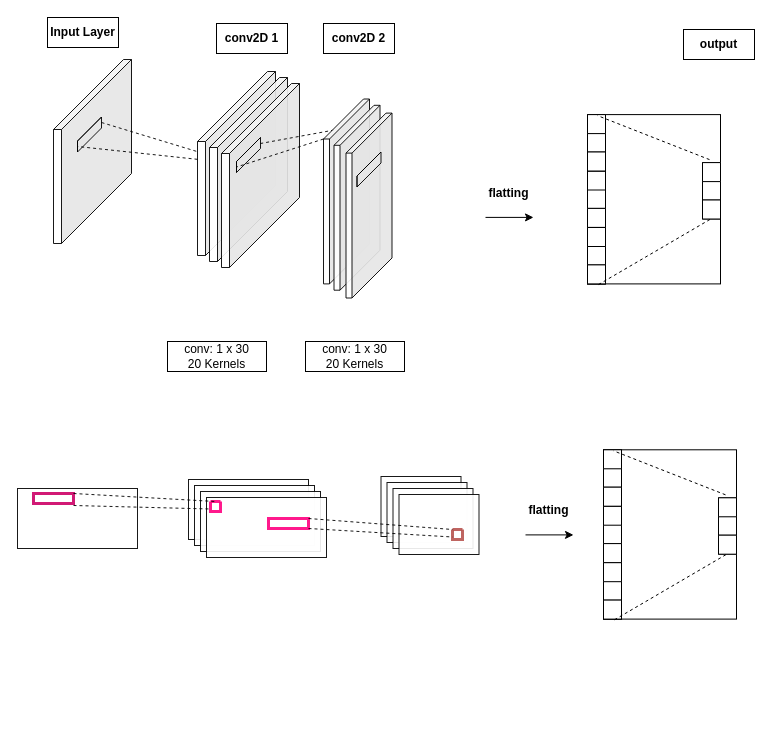
mohmk/Neural-Network-Architecture-Diagrams keeps this draw.io diagram as vgg16_xml.drawio. Above is the earlier version. Source tidied: cells renumbered, new cells numbered last; positions are measured from the earlier drawing's top-left corner, leaving out a move shared by most shapes. Both pictures are drawn from the tidied source at 100%, with x=0, y=0 at pixel (17, 17).
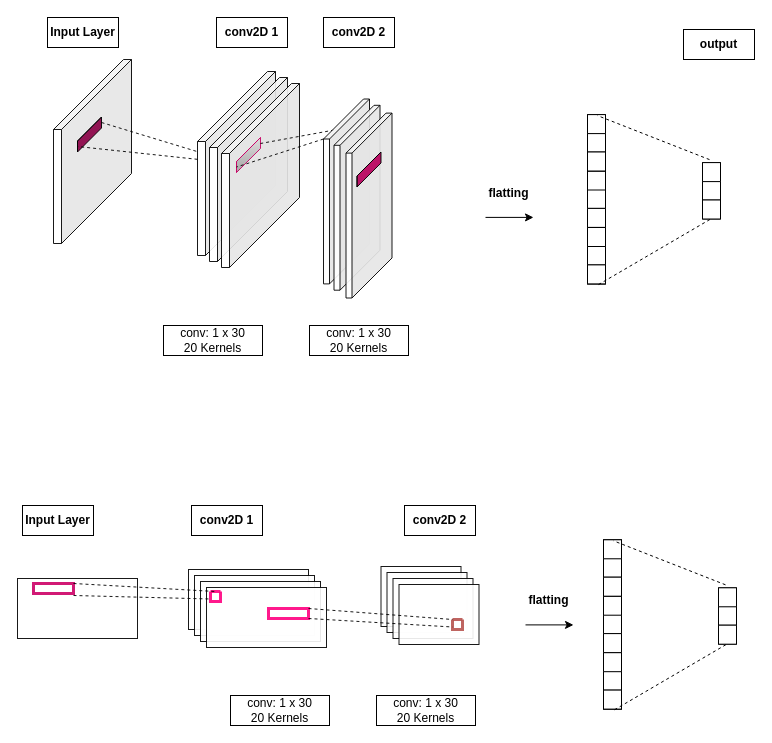
The same diagram, later.

What changed in the source:
```diff
@@
     <mxCell id="2" value="&lt;b&gt;conv2D 1&lt;br&gt;&lt;/b&gt;" style="text;html=1;align=center;verticalAlign=middle;whiteSpace=wrap;rounded=0;strokeColor=#000000;" parent="1" vertex="1">
-      <mxGeometry x="199" y="6" width="71" height="30" as="geometry" />
+      <mxGeometry x="199" width="71" height="30" as="geometry" />
     </mxCell>
     <mxCell id="3" value="&lt;div&gt;conv: 1 x 30&lt;/div&gt;&lt;div&gt;20 Kernels&lt;br&gt;&lt;/div&gt;" style="text;html=1;align=center;verticalAlign=middle;whiteSpace=wrap;rounded=0;strokeColor=#000000;" parent="1" vertex="1">
-      <mxGeometry x="150" y="324" width="99" height="30" as="geometry" />
+      <mxGeometry x="146" y="308" width="99" height="30" as="geometry" />
     </mxCell>
@@
-    <mxCell id="7" style="shape=cube;whiteSpace=wrap;html=1;boundedLbl=1;backgroundOutline=1;darkOpacity=0.05;darkOpacity2=0.1;size=70;direction=east;flipH=1;opacity=90;strokeColor=#000000;" parent="1" vertex="1">
+    <mxCell id="7" style="shape=cube;whiteSpace=wrap;html=1;boundedLbl=1;backgroundOutline=1;darkOpacity=0.05;darkOpacity2=0.1;size=70;direction=east;flipH=1;opacity=90;strokeColor=#CC0066;fillColor=#f5f5f5;gradientColor=#b3b3b3;" parent="1" vertex="1">
       <mxGeometry x="219" y="120" width="24" height="35" as="geometry" />
     </mxCell>
@@
-    <mxCell id="13" style="shape=cube;whiteSpace=wrap;html=1;boundedLbl=1;backgroundOutline=1;darkOpacity=0.05;darkOpacity2=0.1;size=70;direction=east;flipH=1;opacity=90;strokeColor=#000000;" parent="1" vertex="1">
+    <mxCell id="13" style="shape=cube;whiteSpace=wrap;html=1;boundedLbl=1;backgroundOutline=1;darkOpacity=0.05;darkOpacity2=0.1;size=70;direction=east;flipH=1;opacity=90;strokeColor=#000000;fillColor=#CC0066;" parent="1" vertex="1">
       <mxGeometry x="339.5" y="134.5" width="24" height="35" as="geometry" />
     </mxCell>
     <mxCell id="14" value="&lt;b&gt;conv2D 2&lt;br&gt;&lt;/b&gt;" style="text;html=1;align=center;verticalAlign=middle;whiteSpace=wrap;rounded=0;strokeColor=#000000;" parent="1" vertex="1">
-      <mxGeometry x="306" y="6" width="71" height="30" as="geometry" />
+      <mxGeometry x="306" width="71" height="30" as="geometry" />
     </mxCell>
     <mxCell id="15" value="&lt;div&gt;conv: 1 x 30&lt;/div&gt;&lt;div&gt;20 Kernels&lt;br&gt;&lt;/div&gt;" style="text;html=1;align=center;verticalAlign=middle;whiteSpace=wrap;rounded=0;strokeColor=#000000;" parent="1" vertex="1">
-      <mxGeometry x="288" y="324" width="99" height="30" as="geometry" />
+      <mxGeometry x="292" y="308" width="99" height="30" as="geometry" />
     </mxCell>
-    <mxCell id="16" style="group;strokeColor=#000000;" parent="1" vertex="1">
+    <mxCell id="16" style="group;strokeColor=none;" parent="1" vertex="1">
       <mxGeometry x="570" y="97.1" width="133" height="169.3" as="geometry" />
     </mxCell>
@@
-    <mxCell id="41" style="shape=cube;whiteSpace=wrap;html=1;boundedLbl=1;backgroundOutline=1;darkOpacity=0.05;darkOpacity2=0.1;size=70;direction=east;flipH=1;opacity=90;strokeColor=#000000;" parent="1" vertex="1">
+    <mxCell id="41" style="shape=cube;whiteSpace=wrap;html=1;boundedLbl=1;backgroundOutline=1;darkOpacity=0.05;darkOpacity2=0.1;size=70;direction=east;flipH=1;opacity=90;strokeColor=#000000;fillColor=#99004D;" parent="1" vertex="1">
       <mxGeometry x="60" y="99.5" width="24" height="35" as="geometry" />
     </mxCell>
@@
     <mxCell id="45" style="rounded=0;whiteSpace=wrap;html=1;strokeWidth=1;opacity=90;strokeColor=#000000;" parent="1" vertex="1">
-      <mxGeometry y="471" width="120" height="60" as="geometry" />
+      <mxGeometry y="561" width="120" height="60" as="geometry" />
     </mxCell>
     <mxCell id="46" style="rounded=0;whiteSpace=wrap;html=1;strokeWidth=1;opacity=90;strokeColor=#000000;" parent="1" vertex="1">
-      <mxGeometry x="171" y="462" width="120" height="60" as="geometry" />
+      <mxGeometry x="171" y="552" width="120" height="60" as="geometry" />
     </mxCell>
     <mxCell id="47" style="rounded=0;whiteSpace=wrap;html=1;strokeWidth=1;opacity=90;strokeColor=#000000;" parent="1" vertex="1">
-      <mxGeometry x="177" y="468" width="120" height="60" as="geometry" />
+      <mxGeometry x="177" y="558" width="120" height="60" as="geometry" />
     </mxCell>
     <mxCell id="48" style="rounded=0;whiteSpace=wrap;html=1;strokeWidth=1;opacity=90;strokeColor=#000000;" parent="1" vertex="1">
-      <mxGeometry x="183" y="474" width="120" height="60" as="geometry" />
+      <mxGeometry x="183" y="564" width="120" height="60" as="geometry" />
     </mxCell>
     <mxCell id="49" style="rounded=0;whiteSpace=wrap;html=1;strokeWidth=1;opacity=90;strokeColor=#000000;" parent="1" vertex="1">
-      <mxGeometry x="189" y="480" width="120" height="60" as="geometry" />
+      <mxGeometry x="189" y="570" width="120" height="60" as="geometry" />
     </mxCell>
     <mxCell id="50" style="rounded=0;whiteSpace=wrap;html=1;strokeWidth=1;opacity=90;strokeColor=#000000;" parent="1" vertex="1">
-      <mxGeometry x="363.5" y="459" width="80" height="60" as="geometry" />
+      <mxGeometry x="363.5" y="549" width="80" height="60" as="geometry" />
     </mxCell>
     <mxCell id="51" style="rounded=0;whiteSpace=wrap;html=1;strokeWidth=1;opacity=90;strokeColor=#000000;" parent="1" vertex="1">
-      <mxGeometry x="369.5" y="465" width="80" height="60" as="geometry" />
+      <mxGeometry x="369.5" y="555" width="80" height="60" as="geometry" />
     </mxCell>
     <mxCell id="52" style="rounded=0;whiteSpace=wrap;html=1;strokeWidth=1;opacity=90;strokeColor=#000000;" parent="1" vertex="1">
-      <mxGeometry x="375.5" y="471" width="80" height="60" as="geometry" />
+      <mxGeometry x="375.5" y="561" width="80" height="60" as="geometry" />
     </mxCell>
     <mxCell id="53" style="rounded=0;whiteSpace=wrap;html=1;strokeWidth=1;opacity=90;strokeColor=#000000;" parent="1" vertex="1">
-      <mxGeometry x="381.5" y="477" width="80" height="60" as="geometry" />
+      <mxGeometry x="381.5" y="567" width="80" height="60" as="geometry" />
     </mxCell>
     <mxCell id="54" style="rounded=0;whiteSpace=wrap;html=1;strokeWidth=3;opacity=90;strokeColor=#CC0066;" parent="1" vertex="1">
-      <mxGeometry x="16" y="476" width="40" height="10" as="geometry" />
+      <mxGeometry x="16" y="566" width="40" height="10" as="geometry" />
     </mxCell>
     <mxCell id="55" style="rounded=0;whiteSpace=wrap;html=1;strokeWidth=3;opacity=90;strokeColor=#FF0080;" parent="1" vertex="1">
-      <mxGeometry x="251" y="501" width="40" height="10" as="geometry" />
+      <mxGeometry x="251" y="591" width="40" height="10" as="geometry" />
     </mxCell>
     <mxCell id="56" style="swimlane;startSize=0;strokeWidth=3;opacity=90;strokeColor=#FF0080;" parent="1" vertex="1">
-      <mxGeometry x="193" y="484" width="10" height="10" as="geometry" />
+      <mxGeometry x="193" y="574" width="10" height="10" as="geometry" />
     </mxCell>
     <mxCell id="57" style="swimlane;startSize=0;strokeWidth=3;opacity=90;strokeColor=#b85450;fillColor=#f8cecc;gradientColor=#ea6b66;" parent="1" vertex="1">
-      <mxGeometry x="435" y="512" width="10" height="10" as="geometry" />
+      <mxGeometry x="435" y="602" width="10" height="10" as="geometry" />
     </mxCell>
@@
     <mxCell id="59" style="endArrow=none;dashed=1;html=1;rounded=0;opacity=90;jumpSize=1;entryX=0;entryY=0.75;entryDx=0;entryDy=0;strokeColor=#000000;" parent="1" edge="1" target="56">
       <mxGeometry relative="1" as="geometry">
-        <mxPoint x="56" y="488" as="sourcePoint" />
+        <mxPoint x="56" y="578" as="sourcePoint" />
       </mxGeometry>
     </mxCell>
@@
-    <mxCell id="62" style="group;strokeColor=#000000;" parent="1" vertex="1">
-      <mxGeometry x="586" y="432.3" width="133" height="169.3" as="geometry" />
+    <mxCell id="62" style="group;strokeColor=none;" parent="1" vertex="1">
+      <mxGeometry x="586" y="522.3" width="133" height="169.3" as="geometry" />
     </mxCell>
@@
     <mxCell id="82" style="group;strokeColor=none;" parent="1" vertex="1">
-      <mxGeometry x="496" y="478" width="71" height="39.4" as="geometry" />
+      <mxGeometry x="496" y="568" width="71" height="39.4" as="geometry" />
     </mxCell>
@@
+    <mxCell id="85" value="&lt;b&gt;conv2D 1&lt;br&gt;&lt;/b&gt;" style="text;html=1;align=center;verticalAlign=middle;whiteSpace=wrap;rounded=0;strokeColor=#000000;" parent="1" vertex="1">
+      <mxGeometry x="174" y="488" width="71" height="30" as="geometry" />
+    </mxCell>
+    <mxCell id="86" value="&lt;b&gt;conv2D 2&lt;br&gt;&lt;/b&gt;" style="text;html=1;align=center;verticalAlign=middle;whiteSpace=wrap;rounded=0;strokeColor=#000000;" parent="1" vertex="1">
+      <mxGeometry x="387" y="488" width="71" height="30" as="geometry" />
+    </mxCell>
+    <mxCell id="87" value="&lt;b&gt;Input Layer&lt;br&gt;&lt;/b&gt;" style="text;html=1;align=center;verticalAlign=middle;whiteSpace=wrap;rounded=0;strokeColor=#000000;" parent="1" vertex="1">
+      <mxGeometry x="5" y="488" width="71" height="30" as="geometry" />
+    </mxCell>
+    <mxCell id="88" value="&lt;div&gt;conv: 1 x 30&lt;/div&gt;&lt;div&gt;20 Kernels&lt;br&gt;&lt;/div&gt;" style="text;html=1;align=center;verticalAlign=middle;whiteSpace=wrap;rounded=0;strokeColor=#000000;" parent="1" vertex="1">
+      <mxGeometry x="213" y="678" width="99" height="30" as="geometry" />
+    </mxCell>
+    <mxCell id="89" value="&lt;div&gt;conv: 1 x 30&lt;/div&gt;&lt;div&gt;20 Kernels&lt;br&gt;&lt;/div&gt;" style="text;html=1;align=center;verticalAlign=middle;whiteSpace=wrap;rounded=0;strokeColor=#000000;" parent="1" vertex="1">
+      <mxGeometry x="359" y="678" width="99" height="30" as="geometry" />
+    </mxCell>
```
